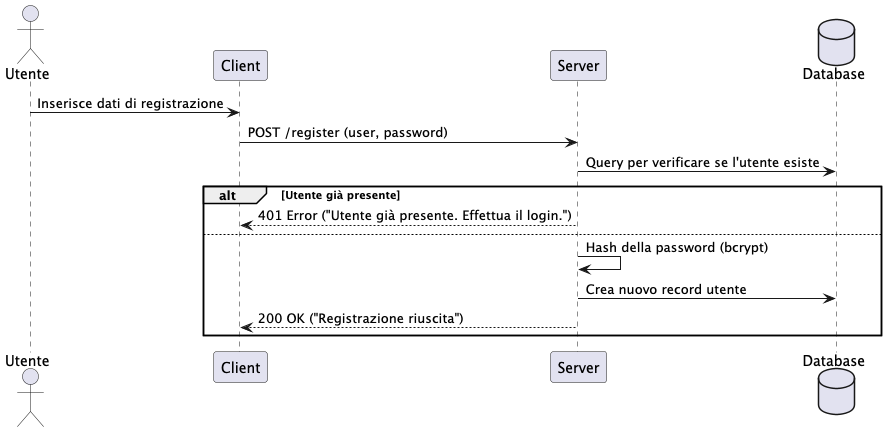
alexsiroli/Sudokoop keeps this PlantUML diagram as sudokoop/UMLs/esports/Registration.png. Above is the earlier version. Its diagram source:
```plantuml
@startuml Registration
actor "Utente" as U
participant "Client" as C
participant "Server" as S
database "Database" as DB

U -> C : Inserisce dati di registrazione
C -> S : POST /register (user, password)
S -> DB : Query per verificare se l'utente esiste
alt Utente già presente
    S --> C : 401 Error ("Utente già presente. Effettua il login.")
else
    S -> S : Hash della password (bcrypt)
    S -> DB : Crea nuovo record utente
    S --> C : 200 OK ("Registrazione riuscita")
end
@enduml
```
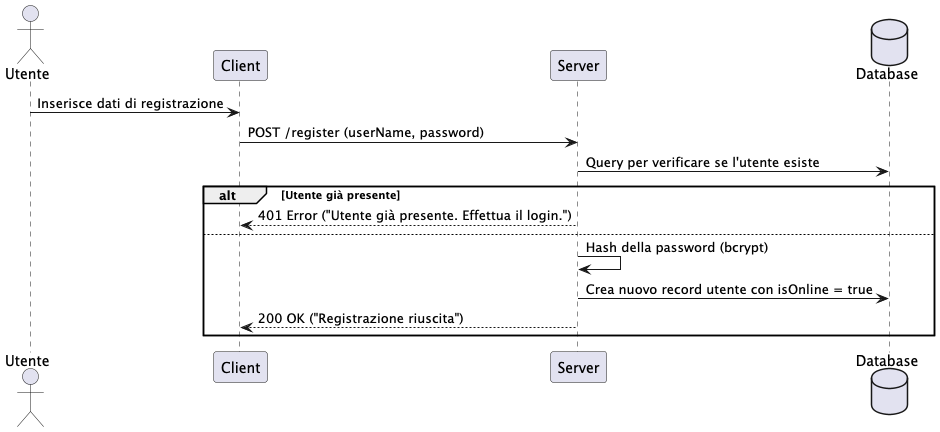
Later version of the same file.

What changed in the source:
```diff
@@ -5,13 +5,13 @@
 database "Database" as DB
 
 U -> C : Inserisce dati di registrazione
-C -> S : POST /register (user, password)
+C -> S : POST /register (userName, password)
 S -> DB : Query per verificare se l'utente esiste
 alt Utente già presente
     S --> C : 401 Error ("Utente già presente. Effettua il login.")
 else
     S -> S : Hash della password (bcrypt)
-    S -> DB : Crea nuovo record utente
+    S -> DB : Crea nuovo record utente con isOnline = true
     S --> C : 200 OK ("Registrazione riuscita")
 end
 @enduml
```
